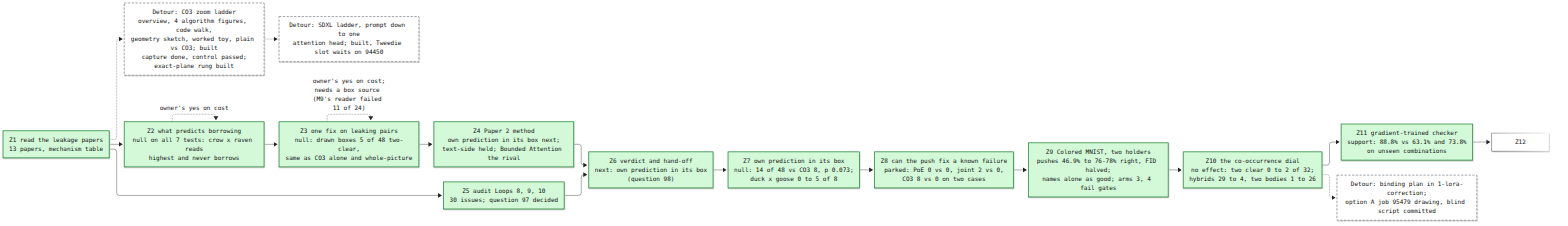
The Mermaid diagram artifacts/notes/progress/leakage/loop-12-progress.png in mo-rsa24/concept-composition, before a commit. Its source is kept beside it as artifacts/notes/progress/leakage/loop-12-progress.mmd.
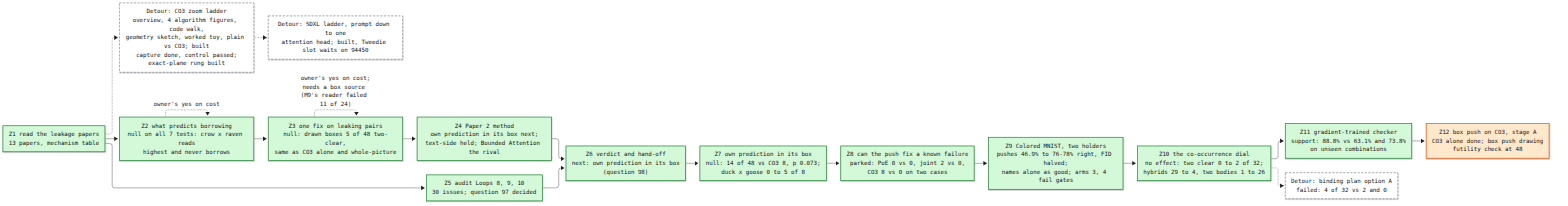
After the change.

Commit message:
Loop 12 map: restore Z12's box (box push drawing, futility check at 48); one detour box

Change to the diagram source:
```diff
@@ -24,9 +24,9 @@
   Z9 --> Z10
   Z11["Z11 gradient-trained checker<br/>support: 88.8% vs 63.1% and 73.8%<br/>on unseen combinations"]:::done
   Z10 --> Z11
+  Z12["Z12 box push on CO3, stage A<br/>CO3 alone done; box push drawing<br/>futility check at 48"]:::doing
+  Z11 --> Z12
   DB["Detour: binding plan option A<br/>failed: 4 of 32 vs 2 and 0"]:::detour
-  Z11 --> Z12
-  DB["Detour: binding plan in 1-lora-correction;<br/>option A job 95479 drawing, blind script committed"]:::detour
   Z10 -.-> DB
   classDef done fill:#d3f9d8,stroke:#2b8a3e,stroke-width:2px
   classDef doing fill:#ffe8cc,stroke:#e8590c,stroke-width:2px
```
